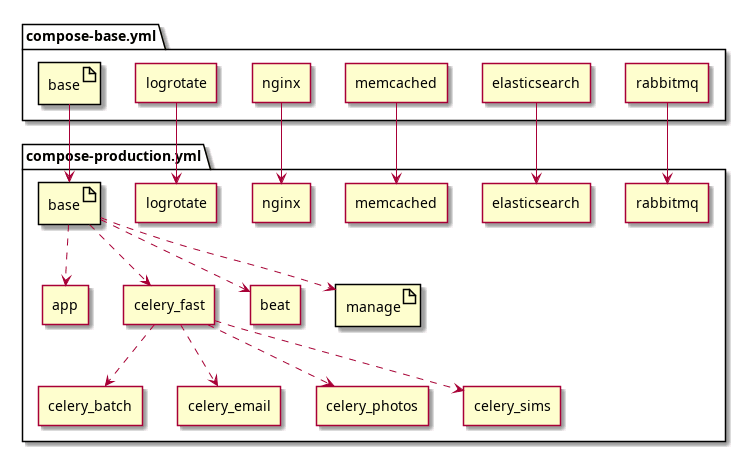
The PlantUML diagram instructions/docker-deploy.png in sfu-fas/coursys, before a commit. Its source is kept beside it as instructions/docker-deploy.puml.
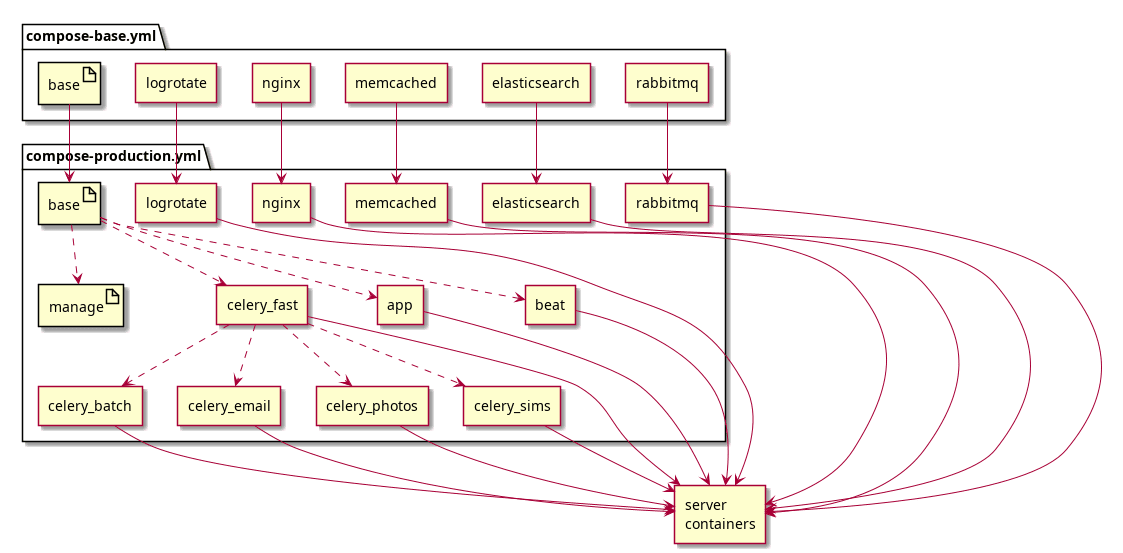
After the commit.

Commit message:
more explicit container deploy diagram

The edit, as a diff of the source:
```diff
@@ -44,4 +44,20 @@
 logrotate_b --> logrotate
 base_b --> base
 
+agent "server\ncontainers" as server
+
+app --> server
+celery_batch --> server
+celery_fast --> server
+celery_email --> server
+celery_photos --> server
+celery_sims --> server
+beat --> server
+nginx ---> server
+logrotate ---> server
+rabbitmq ---> server
+elasticsearch ---> server
+memcached ---> server
+
+
 @enduml
```
